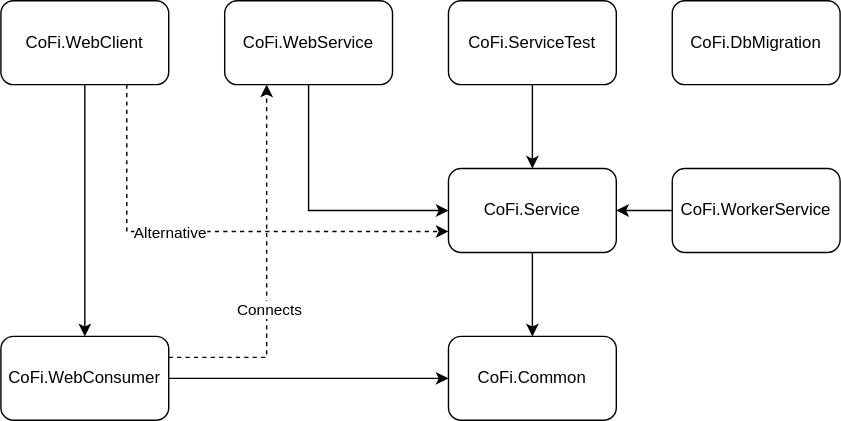
Above: Diagrams/AnaSys/CoFi/CoFi.Project.Dependencies.svg in feifel/notion (draw.io), before the change. Source tidied: cells renumbered, new cells last; positions are measured from the earlier drawing's top-left corner, leaving out a move shared by most shapes.
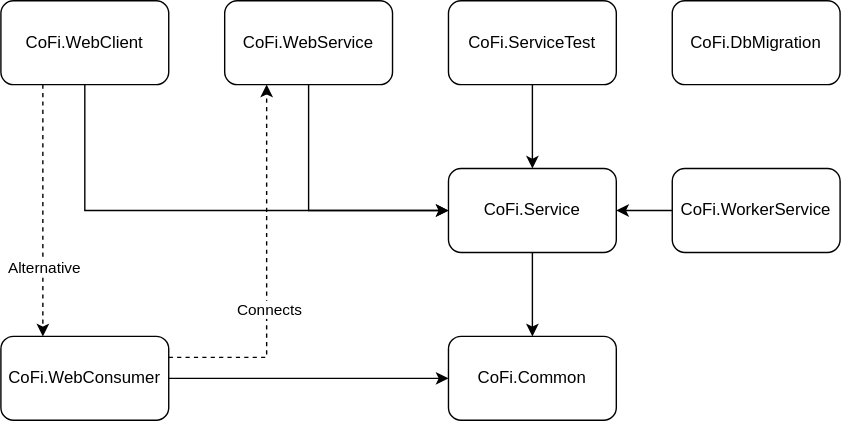
The same file after the commit.

Diff of the diagram source:
```diff
@@ -48,15 +48,15 @@
     <mxCell id="15" value="&lt;div&gt;CoFi.ServiceTest&lt;/div&gt;" style="rounded=1;whiteSpace=wrap;html=1;" parent="1" vertex="1">
       <mxGeometry x="320" width="120" height="60" as="geometry" />
     </mxCell>
-    <mxCell id="16" style="edgeStyle=orthogonalEdgeStyle;rounded=0;jettySize=auto;html=1;exitX=0.5;exitY=1;exitDx=0;exitDy=0;entryX=0.5;entryY=0;entryDx=0;entryDy=0;" parent="1" edge="1" source="19" target="8">
+    <mxCell id="16" style="edgeStyle=orthogonalEdgeStyle;rounded=0;jettySize=auto;html=1;exitX=0.5;exitY=1;exitDx=0;exitDy=0;entryX=0;entryY=0.5;entryDx=0;entryDy=0;" parent="1" edge="1" source="19" target="4">
       <mxGeometry relative="1" as="geometry" />
     </mxCell>
-    <mxCell id="17" style="edgeStyle=orthogonalEdgeStyle;rounded=0;jettySize=auto;html=1;exitX=0.75;exitY=1;exitDx=0;exitDy=0;entryX=0;entryY=0.75;entryDx=0;entryDy=0;dashed=1;" parent="1" edge="1" source="19" target="4">
+    <mxCell id="17" style="edgeStyle=orthogonalEdgeStyle;rounded=0;jettySize=auto;html=1;exitX=0.25;exitY=1;exitDx=0;exitDy=0;entryX=0.25;entryY=0;entryDx=0;entryDy=0;dashed=1;" parent="1" edge="1" source="19" target="8">
       <mxGeometry relative="1" as="geometry" />
     </mxCell>
     <mxCell id="18" value="Alternative" style="edgeLabel;html=1;align=center;verticalAlign=middle;" parent="17" vertex="1">
       <mxGeometry x="-0.23" relative="1" as="geometry">
-        <mxPoint x="6" as="offset" />
+        <mxPoint y="61" as="offset" />
       </mxGeometry>
     </mxCell>
     <mxCell id="19" value="CoFi.WebClient" style="rounded=1;whiteSpace=wrap;html=1;" parent="1" vertex="1">
```
